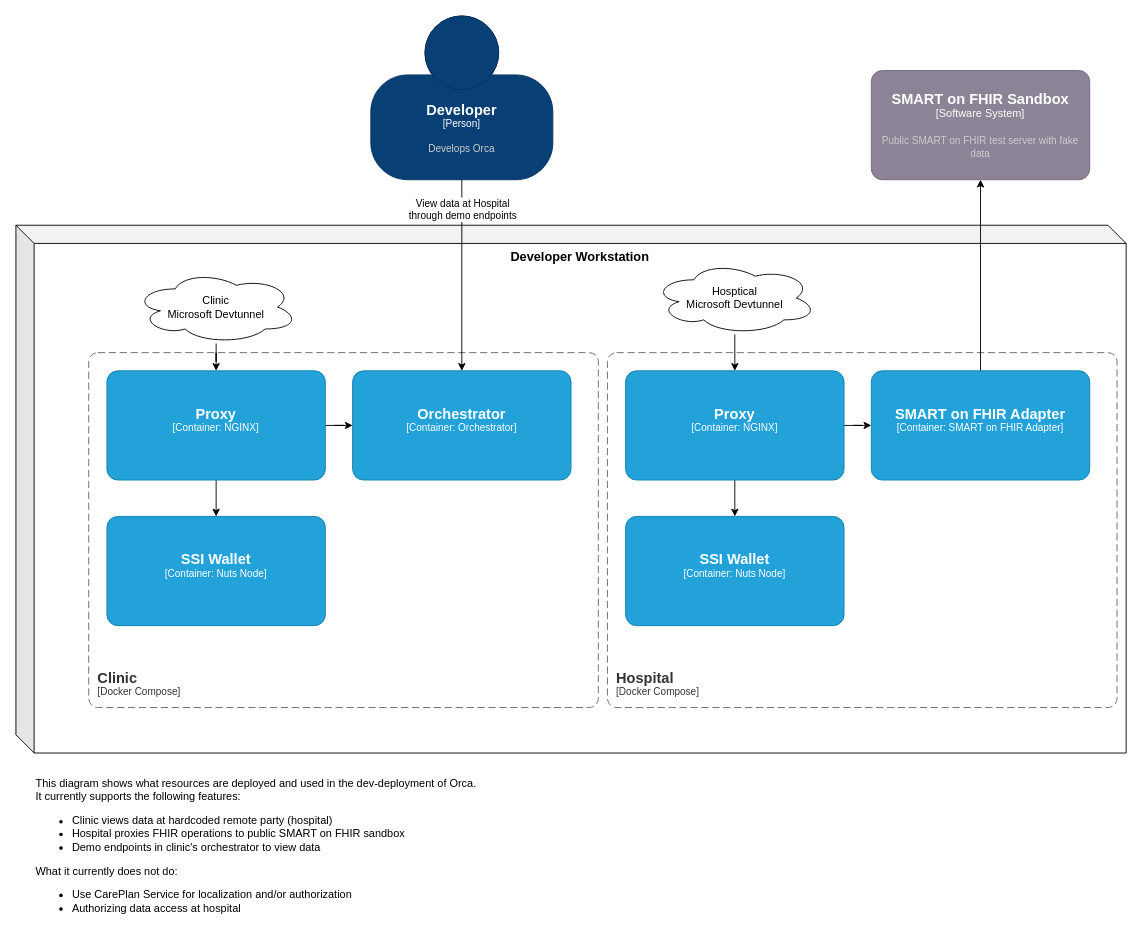
This is deployments/dev/description.drawio from SanteonNL/orca, a draw.io file, before an edit. Source tidied: cells renumbered, new cells numbered last; positions are measured from the earlier drawing's top-left corner, leaving out a move shared by most shapes. Both pictures are drawn from the tidied source at 91%, with x=0, y=0 at pixel (15, 15).
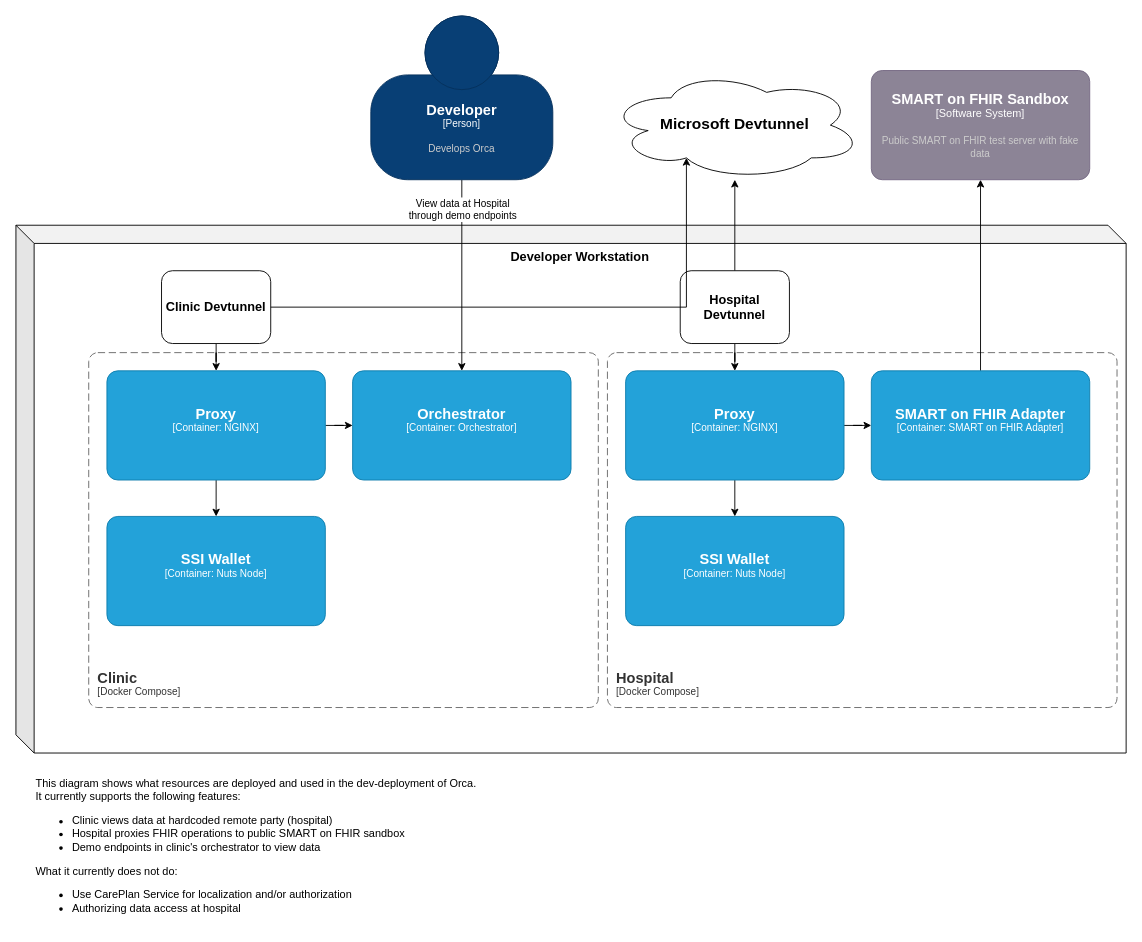
After the change.

Unchanged cells that the change refers to:
```xml
<object id="7" label="&lt;font style=&quot;font-size: 16px&quot;&gt;&lt;b&gt;%c4Name%&lt;/b&gt;&lt;/font&gt;&lt;div&gt;[%c4Type%: %c4Technology%]&lt;/div&gt;&lt;br&gt;&lt;div&gt;&lt;font style=&quot;font-size: 11px&quot;&gt;&lt;font color=&quot;#E6E6E6&quot;&gt;%c4Description%&lt;/font&gt;&lt;/div&gt;" c4Description="" c4Name="Proxy" c4Technology="NGINX" c4Type="Container" placeholders="1">
  <mxCell style="rounded=1;whiteSpace=wrap;html=1;fontSize=11;labelBackgroundColor=none;fillColor=#23A2D9;fontColor=#ffffff;align=center;arcSize=10;strokeColor=#0E7DAD;points=[[0.25,0,0],[0.5,0,0],[0.75,0,0],[1,0.25,0],[1,0.5,0],[1,0.75,0],[0.75,1,0],[0.5,1,0],[0.25,1,0],[0,0.75,0],[0,0.5,0],[0,0.25,0]];" parent="1" vertex="1">
    <mxGeometry x="100" y="390" width="240" height="120" as="geometry" />
  </mxCell>
</object>
<object id="15" label="&lt;font style=&quot;font-size: 16px&quot;&gt;&lt;b&gt;%c4Name%&lt;/b&gt;&lt;/font&gt;&lt;div&gt;[%c4Type%: %c4Technology%]&lt;/div&gt;&lt;br&gt;&lt;div&gt;&lt;font style=&quot;font-size: 11px&quot;&gt;&lt;font color=&quot;#E6E6E6&quot;&gt;%c4Description%&lt;/font&gt;&lt;/div&gt;" c4Description="" c4Name="Proxy" c4Technology="NGINX" c4Type="Container" placeholders="1">
  <mxCell style="rounded=1;whiteSpace=wrap;html=1;fontSize=11;labelBackgroundColor=none;fillColor=#23A2D9;fontColor=#ffffff;align=center;arcSize=10;strokeColor=#0E7DAD;points=[[0.25,0,0],[0.5,0,0],[0.75,0,0],[1,0.25,0],[1,0.5,0],[1,0.75,0],[0.75,1,0],[0.5,1,0],[0.25,1,0],[0,0.75,0],[0,0.5,0],[0,0.25,0]];" parent="1" vertex="1">
    <mxGeometry x="670" y="390" width="240" height="120" as="geometry" />
  </mxCell>
</object>
```

The edit, as a diff of the source:
```diff
@@
-    <mxCell id="9" style="edgeStyle=orthogonalEdgeStyle;rounded=0;jettySize=auto;html=1;" parent="1" edge="1" source="10" target="7">
+    <mxCell id="9" style="edgeStyle=orthogonalEdgeStyle;rounded=0;jettySize=auto;html=1;exitX=0.5;exitY=1;exitDx=0;exitDy=0;" parent="1" edge="1" source="25" target="7">
       <mxGeometry relative="1" as="geometry" />
     </mxCell>
-    <mxCell id="10" value="Clinic&lt;div&gt;Microsoft Devtunnel&lt;/div&gt;" style="ellipse;shape=cloud;whiteSpace=wrap;html=1;" parent="1" vertex="1">
-      <mxGeometry x="130" y="280" width="180" height="80" as="geometry" />
-    </mxCell>
@@
-    <mxCell id="18" style="edgeStyle=orthogonalEdgeStyle;rounded=0;jettySize=auto;html=1;" parent="1" edge="1" source="19" target="15">
+    <mxCell id="18" style="edgeStyle=orthogonalEdgeStyle;rounded=0;jettySize=auto;html=1;exitX=0.5;exitY=1;exitDx=0;exitDy=0;" parent="1" edge="1" source="27" target="15">
       <mxGeometry relative="1" as="geometry" />
     </mxCell>
-    <mxCell id="19" value="Hosptical&lt;div&gt;Microsoft Devtunnel&lt;/div&gt;" style="ellipse;shape=cloud;whiteSpace=wrap;html=1;" parent="1" vertex="1">
-      <mxGeometry x="700" y="270" width="180" height="80" as="geometry" />
+    <mxCell id="19" value="&lt;div style=&quot;font-size: 17px;&quot;&gt;Microsoft Devtunnel&lt;/div&gt;" style="ellipse;shape=cloud;whiteSpace=wrap;html=1;fontStyle=1;fontSize=17;" parent="1" vertex="1">
+      <mxGeometry x="650" y="60" width="280" height="120" as="geometry" />
     </mxCell>
@@
+    <mxCell id="25" value="Clinic Devtunnel" style="rounded=1;whiteSpace=wrap;html=1;fontStyle=1;fontSize=14;" parent="1" vertex="1">
+      <mxGeometry x="160" y="280" width="120" height="80" as="geometry" />
+    </mxCell>
+    <mxCell id="26" style="edgeStyle=orthogonalEdgeStyle;rounded=0;jettySize=auto;html=1;" parent="1" edge="1" source="27" target="19">
+      <mxGeometry relative="1" as="geometry" />
+    </mxCell>
+    <mxCell id="27" value="Hospital Devtunnel" style="rounded=1;whiteSpace=wrap;html=1;fontStyle=1;fontSize=14;" parent="1" vertex="1">
+      <mxGeometry x="730" y="280" width="120" height="80" as="geometry" />
+    </mxCell>
+    <mxCell id="28" style="edgeStyle=orthogonalEdgeStyle;rounded=0;jettySize=auto;html=1;entryX=0.31;entryY=0.8;entryDx=0;entryDy=0;entryPerimeter=0;exitX=1;exitY=0.5;exitDx=0;exitDy=0;" parent="1" edge="1" source="25" target="19">
+      <mxGeometry relative="1" as="geometry" />
+    </mxCell>
```
